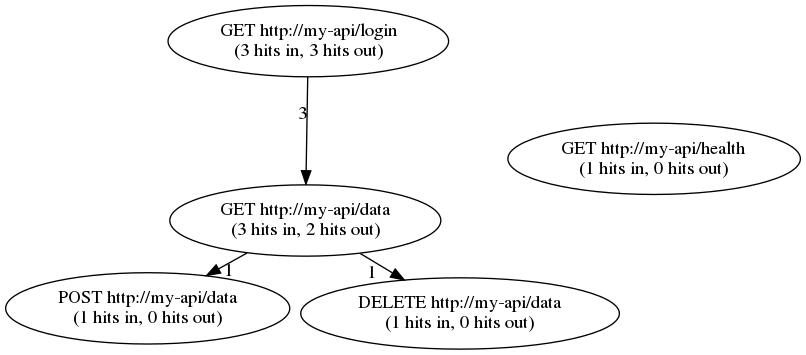
Above: examples/simple.png in tkriik/apathy (Graphviz), before the change. Its source is kept beside it as examples/simple.dot.
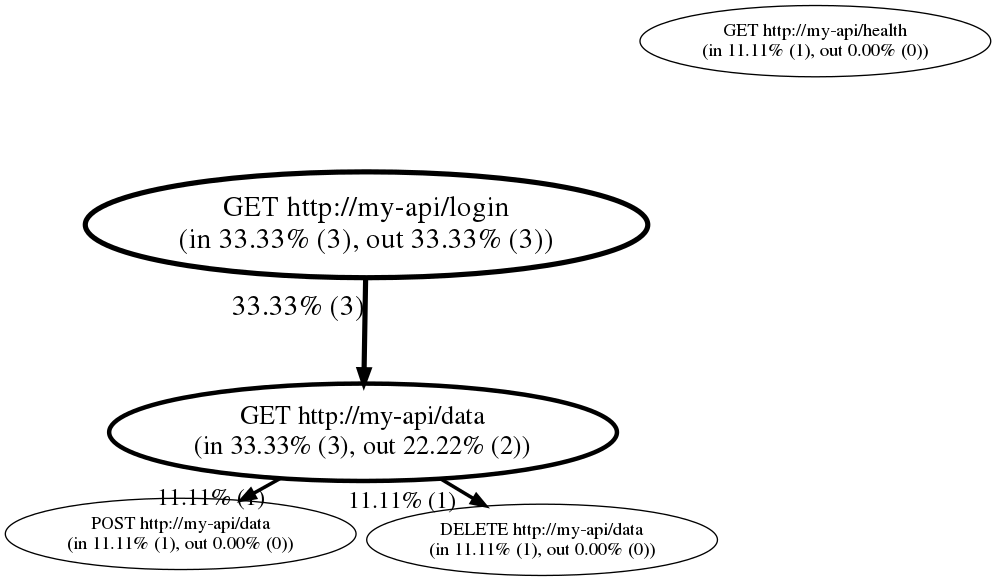
After the change.

The edit, as a diff of the source:
```diff
@@ -1,11 +1,14 @@
 digraph apathy_graph {
-    r0 [label="GET http://my-api/login\n(3 hits in, 3 hits out)"];
-    r1 [label="GET http://my-api/data\n(3 hits in, 2 hits out)"];
-    r2 [label="POST http://my-api/data\n(1 hits in, 0 hits out)"];
-    r3 [label="DELETE http://my-api/data\n(1 hits in, 0 hits out)"];
-    r4 [label="GET http://my-api/health\n(1 hits in, 0 hits out)"];
+    nodesep=1.0;
+    ordering=out;
 
-    r0 -> r1 [xlabel="3"];
-    r1 -> r3 [xlabel="1"];
-    r1 -> r2 [xlabel="1"];
+    r0 [label="GET http://my-api/login\n(in 33.33% (3), out 33.33% (3))", fontsize=22, penwidth=3.886751];
+    r1 [label="GET http://my-api/data\n(in 33.33% (3), out 22.22% (2))", fontsize=20, penwidth=3.357023];
+    r2 [label="POST http://my-api/data\n(in 11.11% (1), out 0.00% (0))", fontsize=14, penwidth=1.000000];
+    r3 [label="DELETE http://my-api/data\n(in 11.11% (1), out 0.00% (0))", fontsize=14, penwidth=1.000000];
+    r4 [label="GET http://my-api/health\n(in 11.11% (1), out 0.00% (0))", fontsize=14, penwidth=1.000000];
+
+    r0 -> r1 [xlabel="33.33% (3)", fontsize=22, penwidth=3.886751];
+    r1 -> r3 [xlabel="11.11% (1)", fontsize=18, penwidth=2.666667];
+    r1 -> r2 [xlabel="11.11% (1)", fontsize=18, penwidth=2.666667];
 }
```
